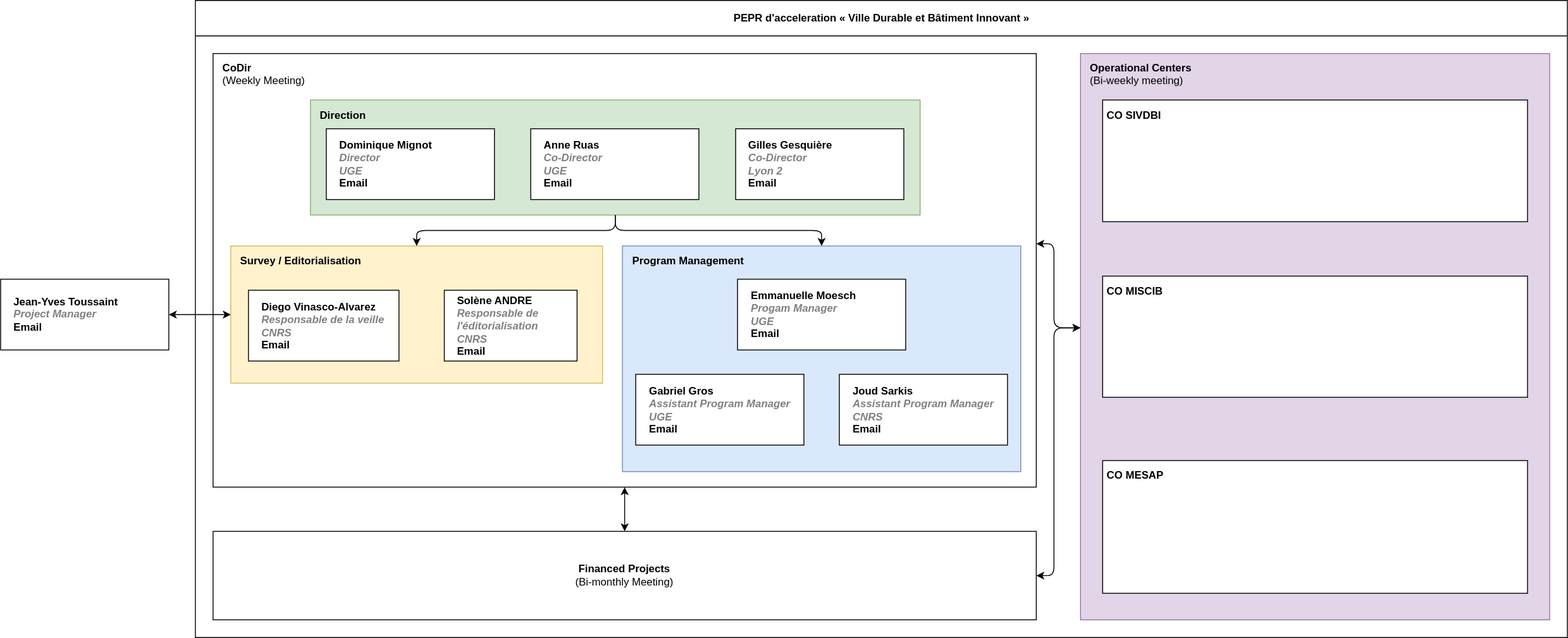
This is docs/organigramme.drawio.svg from VCityTeam/PEPR-VDBI, a draw.io export, as it was before one commit. Source tidied: cells renumbered, new cells last; positions are measured from the earlier drawing's top-left corner, leaving out a move shared by most shapes.
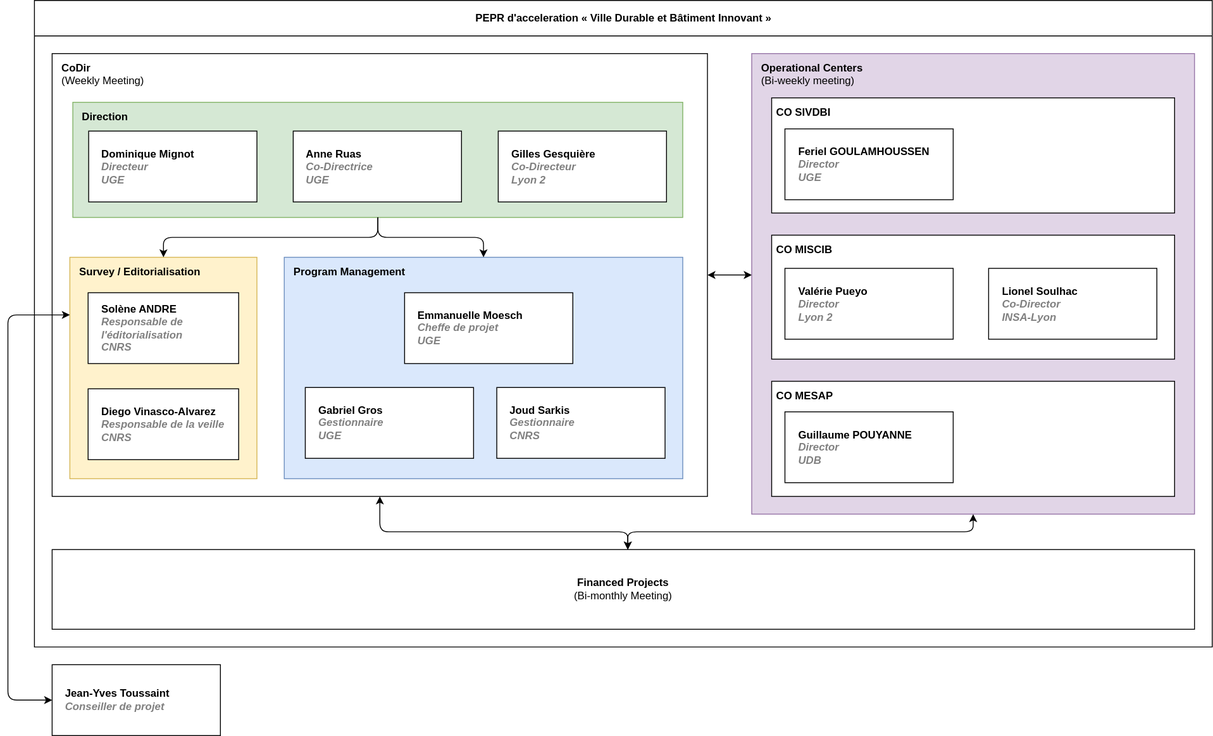
After the change.

Commit message:
update org chart

Change to the diagram source:
```diff
@@ -5,12 +5,12 @@
     <mxCell id="2" value="PEPR d'acceleration&amp;nbsp;« Ville Durable et Bâtiment Innovant »" style="swimlane;html=1;startSize=40;horizontal=1;containerType=tree;glass=0;" parent="1" vertex="1">
-      <mxGeometry x="220" width="1550" height="720" as="geometry" />
+      <mxGeometry x="250" width="1330" height="730" as="geometry" />
     </mxCell>
     <mxCell id="3" value="CoDir&lt;br&gt;&lt;span style=&quot;font-weight: normal;&quot;&gt;(Weekly Meeting)&lt;/span&gt;" style="whiteSpace=wrap;html=1;verticalAlign=top;align=left;spacing=5;fontStyle=1;spacingLeft=6;" parent="2" vertex="1">
-      <mxGeometry x="20" y="60" width="930" height="490" as="geometry" />
+      <mxGeometry x="20" y="60" width="740" height="500" as="geometry" />
     </mxCell>
     <mxCell id="4" value="&lt;b&gt;Direction&lt;/b&gt;" style="whiteSpace=wrap;html=1;spacing=5;spacingLeft=6;align=left;verticalAlign=top;fillColor=#d5e8d4;strokeColor=#82b366;" parent="2" vertex="1">
-      <mxGeometry x="130" y="112.5" width="688.8" height="130" as="geometry" />
+      <mxGeometry x="43.4" y="115" width="688.8" height="130" as="geometry" />
     </mxCell>
     <mxCell id="5" value="Operational Centers&lt;br&gt;&lt;span style=&quot;font-weight: normal;&quot;&gt;(Bi-weekly meeting)&lt;/span&gt;" style="whiteSpace=wrap;html=1;fontStyle=1;align=left;verticalAlign=top;spacing=5;spacingLeft=6;fillColor=#e1d5e7;strokeColor=#9673a6;" parent="2" vertex="1">
-      <mxGeometry x="1000" y="60" width="530" height="640" as="geometry" />
+      <mxGeometry x="810" y="60" width="500" height="520" as="geometry" />
     </mxCell>
@@ -19,4 +19,4 @@
         <Array as="points">
-          <mxPoint x="970" y="275" />
-          <mxPoint x="970" y="370" />
+          <mxPoint x="960" y="335" />
+          <mxPoint x="960" y="335" />
         </Array>
@@ -24,34 +24,31 @@
     </mxCell>
-    <mxCell id="7" style="edgeStyle=orthogonalEdgeStyle;rounded=1;html=1;startArrow=classic;startFill=1;" parent="2" edge="1" source="3" target="22">
-      <mxGeometry relative="1" as="geometry" />
-    </mxCell>
     <mxCell id="8" value="Survey / Editorialisation" style="whiteSpace=wrap;html=1;fillColor=#fff2cc;strokeColor=#d6b656;align=left;verticalAlign=top;fontStyle=1;spacing=5;spacingLeft=6;" parent="2" vertex="1">
-      <mxGeometry x="40" y="277.5" width="420" height="155" as="geometry" />
+      <mxGeometry x="40" y="290" width="211.2" height="250" as="geometry" />
     </mxCell>
     <mxCell id="9" value="Program Management" style="whiteSpace=wrap;html=1;fillColor=#dae8fc;strokeColor=#6c8ebf;align=left;verticalAlign=top;fontStyle=1;spacing=5;spacingLeft=6;" parent="2" vertex="1">
-      <mxGeometry x="482.5" y="277.5" width="450" height="255" as="geometry" />
+      <mxGeometry x="282.1" y="290" width="450" height="250" as="geometry" />
     </mxCell>
-    <object id="10" label="%name%&lt;br style=&quot;border-color: var(--border-color);&quot;&gt;&lt;i style=&quot;border-color: var(--border-color); color: gray;&quot;&gt;&lt;i style=&quot;border-color: var(--border-color);&quot;&gt;%position%&lt;/i&gt;&lt;br style=&quot;border-color: var(--border-color);&quot;&gt;%employer%&lt;/i&gt;&lt;br style=&quot;border-color: var(--border-color);&quot;&gt;&lt;a style=&quot;border-color: var(--border-color);&quot; href=&quot;mailto:%email%&quot;&gt;Email&lt;/a&gt;" email="diego.vinasco@proton.me" employer="CNRS" location="Lyon" name="Diego Vinasco-Alvarez" placeholders="1" position="Responsable de la veille">
+    <object id="10" label="%name%&lt;br style=&quot;border-color: var(--border-color);&quot;&gt;&lt;i style=&quot;border-color: var(--border-color); color: gray;&quot;&gt;&lt;i style=&quot;border-color: var(--border-color);&quot;&gt;%position%&lt;/i&gt;&lt;br style=&quot;border-color: var(--border-color);&quot;&gt;%employer%&lt;/i&gt;" email="diego.vinasco@proton.me" employer="CNRS" location="Lyon" name="Diego Vinasco-Alvarez" placeholders="1" position="Responsable de la veille">
       <mxCell style="label;whiteSpace=wrap;html=1;rounded=0;glass=0;spacingLeft=0;spacing=15;" parent="2" vertex="1">
-        <mxGeometry x="60" y="327.5" width="170" height="80" as="geometry" />
+        <mxGeometry x="60.6" y="438.5" width="170" height="80" as="geometry" />
       </mxCell>
     </object>
-    <object id="11" label="%name%&lt;br style=&quot;border-color: var(--border-color);&quot;&gt;&lt;i style=&quot;border-color: var(--border-color); color: gray;&quot;&gt;&lt;i style=&quot;border-color: var(--border-color);&quot;&gt;%position%&lt;/i&gt;&lt;br style=&quot;border-color: var(--border-color);&quot;&gt;%employer%&lt;/i&gt;&lt;br style=&quot;border-color: var(--border-color);&quot;&gt;&lt;a style=&quot;border-color: var(--border-color);&quot; href=&quot;mailto:%email%&quot;&gt;Email&lt;/a&gt;" email="andresolene1@gmail.com" employer="CNRS" location="Lyon" name="Solène ANDRE" placeholders="1" position="Responsable de l'éditorialisation">
+    <object id="11" label="%name%&lt;br style=&quot;border-color: var(--border-color);&quot;&gt;&lt;i style=&quot;border-color: var(--border-color); color: gray;&quot;&gt;&lt;i style=&quot;border-color: var(--border-color);&quot;&gt;%position%&lt;/i&gt;&lt;br style=&quot;border-color: var(--border-color);&quot;&gt;%employer%&lt;/i&gt;" email="andresolene1@gmail.com" employer="CNRS" location="Lyon" name="Solène ANDRE" placeholders="1" position="Responsable de l'éditorialisation">
       <mxCell style="label;whiteSpace=wrap;html=1;rounded=0;glass=0;spacingLeft=0;spacingBottom=0;spacingRight=0;spacing=15;" parent="2" vertex="1">
-        <mxGeometry x="281.2" y="327.5" width="150" height="80" as="geometry" />
+        <mxGeometry x="60.6" y="330" width="170" height="80" as="geometry" />
       </mxCell>
     </object>
-    <object id="12" label="%name%&lt;br style=&quot;border-color: var(--border-color);&quot;&gt;&lt;i style=&quot;border-color: var(--border-color); color: gray;&quot;&gt;&lt;i style=&quot;border-color: var(--border-color);&quot;&gt;%position%&lt;/i&gt;&lt;br style=&quot;border-color: var(--border-color);&quot;&gt;%employer%&lt;/i&gt;&lt;br style=&quot;border-color: var(--border-color);&quot;&gt;&lt;a style=&quot;border-color: var(--border-color);&quot; href=&quot;mailto:%email%&quot;&gt;Email&lt;/a&gt;" email="Gilles.Gesquiere@univ-lyon2.fr" employer="Lyon 2" location="Lyon" name="Gilles Gesquière" placeholders="1" position="Co-Director">
+    <object id="12" label="%name%&lt;br style=&quot;border-color: var(--border-color);&quot;&gt;&lt;i style=&quot;border-color: var(--border-color); color: gray;&quot;&gt;&lt;i style=&quot;border-color: var(--border-color);&quot;&gt;%position%&lt;/i&gt;&lt;br style=&quot;border-color: var(--border-color);&quot;&gt;%employer%&lt;/i&gt;" email="Gilles.Gesquiere@univ-lyon2.fr" employer="Lyon 2" location="Lyon" name="Gilles Gesquière" placeholders="1" position="Co-Directeur">
       <mxCell style="label;whiteSpace=wrap;html=1;rounded=0;glass=0;spacingLeft=0;spacing=15;" parent="2" vertex="1">
-        <mxGeometry x="610.4" y="145" width="190" height="80" as="geometry" />
+        <mxGeometry x="523.8" y="147.5" width="190" height="80" as="geometry" />
       </mxCell>
     </object>
-    <object id="13" label="%name%&lt;br&gt;&lt;i style=&quot;border-color: var(--border-color); color: gray;&quot;&gt;&lt;i style=&quot;border-color: var(--border-color);&quot;&gt;%position%&lt;/i&gt;&lt;br&gt;%employer%&lt;/i&gt;&lt;br style=&quot;border-color: var(--border-color);&quot;&gt;&lt;a style=&quot;border-color: var(--border-color);&quot; href=&quot;mailto:%email%&quot;&gt;Email&lt;/a&gt;" email="" employer="UGE" location="Paris" name="Anne Ruas" placeholders="1" position="Co-Director">
+    <object id="13" label="%name%&lt;br style=&quot;border-color: var(--border-color);&quot;&gt;&lt;i style=&quot;border-color: var(--border-color); color: gray;&quot;&gt;&lt;i style=&quot;border-color: var(--border-color);&quot;&gt;%position%&lt;/i&gt;&lt;br style=&quot;border-color: var(--border-color);&quot;&gt;%employer%&lt;/i&gt;" email="" employer="UGE" location="Paris" name="Anne Ruas" placeholders="1" position="Co-Directrice">
       <mxCell style="label;whiteSpace=wrap;html=1;rounded=0;glass=0;spacingLeft=0;spacing=15;" parent="2" vertex="1">
-        <mxGeometry x="378.9" y="145" width="190" height="80" as="geometry" />
+        <mxGeometry x="292.2" y="147.5" width="190" height="80" as="geometry" />
       </mxCell>
     </object>
-    <object id="14" label="%name%&lt;br style=&quot;border-color: var(--border-color);&quot;&gt;&lt;i style=&quot;border-color: var(--border-color); color: gray;&quot;&gt;&lt;i style=&quot;border-color: var(--border-color);&quot;&gt;%position%&lt;/i&gt;&lt;br style=&quot;border-color: var(--border-color);&quot;&gt;%employer%&lt;/i&gt;&lt;br style=&quot;border-color: var(--border-color);&quot;&gt;&lt;a style=&quot;border-color: var(--border-color);&quot; href=&quot;mailto:%email%&quot;&gt;Email&lt;/a&gt;" email="Emmanuelle.Moesch@univ-eiffel.fr" employer="UGE" location="Paris" name="Emmanuelle Moesch" placeholders="1" position="Progam Manager">
+    <object id="14" label="%name%&lt;br style=&quot;border-color: var(--border-color);&quot;&gt;&lt;i style=&quot;border-color: var(--border-color); color: gray;&quot;&gt;&lt;i style=&quot;border-color: var(--border-color);&quot;&gt;%position%&lt;/i&gt;&lt;br style=&quot;border-color: var(--border-color);&quot;&gt;%employer%&lt;/i&gt;" email="Emmanuelle.Moesch@univ-eiffel.fr" employer="UGE" location="Paris" name="Emmanuelle Moesch" placeholders="1" position="Cheffe de projet">
       <mxCell style="label;whiteSpace=wrap;html=1;rounded=0;glass=0;spacingLeft=0;spacing=15;" parent="2" vertex="1">
-        <mxGeometry x="612.5" y="315" width="190" height="80" as="geometry" />
+        <mxGeometry x="418" y="330" width="190" height="80" as="geometry" />
       </mxCell>
@@ -61,10 +58,10 @@
     </mxCell>
-    <object id="16" label="%name%&lt;br style=&quot;border-color: var(--border-color);&quot;&gt;&lt;i style=&quot;border-color: var(--border-color); color: gray;&quot;&gt;&lt;i style=&quot;border-color: var(--border-color);&quot;&gt;%position%&lt;/i&gt;&lt;br style=&quot;border-color: var(--border-color);&quot;&gt;%employer%&lt;/i&gt;&lt;br style=&quot;border-color: var(--border-color);&quot;&gt;&lt;a style=&quot;border-color: var(--border-color);&quot; href=&quot;mailto:%email%&quot;&gt;Email&lt;/a&gt;" email="" employer="UGE" location="Lyon" name="Gabriel Gros" placeholders="1" position="Assistant Program Manager">
+    <object id="16" label="%name%&lt;br style=&quot;border-color: var(--border-color);&quot;&gt;&lt;i style=&quot;border-color: var(--border-color); color: gray;&quot;&gt;&lt;i style=&quot;border-color: var(--border-color);&quot;&gt;%position%&lt;/i&gt;&lt;br style=&quot;border-color: var(--border-color);&quot;&gt;%employer%&lt;/i&gt;" email="" employer="UGE" location="Lyon" name="Gabriel Gros" placeholders="1" position="Gestionnaire">
       <mxCell style="label;whiteSpace=wrap;html=1;rounded=0;glass=0;spacingLeft=0;spacing=15;" parent="2" vertex="1">
-        <mxGeometry x="497.5" y="422.5" width="190" height="80" as="geometry" />
+        <mxGeometry x="305.9" y="437" width="190" height="80" as="geometry" />
       </mxCell>
     </object>
-    <object id="17" label="%name%&lt;br style=&quot;border-color: var(--border-color);&quot;&gt;&lt;i style=&quot;border-color: var(--border-color); color: gray;&quot;&gt;&lt;i style=&quot;border-color: var(--border-color);&quot;&gt;%position%&lt;/i&gt;&lt;br style=&quot;border-color: var(--border-color);&quot;&gt;%employer%&lt;/i&gt;&lt;br style=&quot;border-color: var(--border-color);&quot;&gt;&lt;a style=&quot;border-color: var(--border-color);&quot; href=&quot;mailto:%email%&quot;&gt;Email&lt;/a&gt;" email="" employer="CNRS" location="Paris - CNRS" name="Joud Sarkis" placeholders="1" position="Assistant Program Manager">
+    <object id="17" label="%name%&lt;br style=&quot;border-color: var(--border-color);&quot;&gt;&lt;i style=&quot;border-color: var(--border-color); color: gray;&quot;&gt;&lt;i style=&quot;border-color: var(--border-color);&quot;&gt;%position%&lt;/i&gt;&lt;br style=&quot;border-color: var(--border-color);&quot;&gt;%employer%&lt;/i&gt;" email="" employer="CNRS" location="Paris - CNRS" name="Joud Sarkis" placeholders="1" position="Gestionnaire">
       <mxCell style="label;whiteSpace=wrap;html=1;rounded=0;glass=0;spacingLeft=0;spacing=15;" parent="2" vertex="1">
-        <mxGeometry x="727.5" y="422.5" width="190" height="80" as="geometry" />
+        <mxGeometry x="522.1" y="437" width="190" height="80" as="geometry" />
       </mxCell>
@@ -72,21 +69,10 @@
     <mxCell id="18" value="&lt;b&gt;CO SIVDBI&lt;/b&gt;" style="whiteSpace=wrap;html=1;align=left;verticalAlign=top;spacing=5;" parent="2" vertex="1">
-      <mxGeometry x="1025" y="112.5" width="480" height="137.5" as="geometry" />
+      <mxGeometry x="832.5" y="110" width="455" height="130" as="geometry" />
     </mxCell>
     <mxCell id="19" value="&lt;b&gt;CO MISCIB&lt;/b&gt;" style="whiteSpace=wrap;html=1;align=left;verticalAlign=top;spacing=5;" parent="2" vertex="1">
-      <mxGeometry x="1025" y="311.5" width="480" height="137" as="geometry" />
+      <mxGeometry x="832.5" y="265" width="455" height="140" as="geometry" />
     </mxCell>
     <mxCell id="20" value="&lt;b&gt;CO MESAP&lt;/b&gt;" style="whiteSpace=wrap;html=1;align=left;verticalAlign=top;spacing=5;" parent="2" vertex="1">
-      <mxGeometry x="1025" y="520" width="480" height="150" as="geometry" />
+      <mxGeometry x="832.5" y="430" width="455" height="130" as="geometry" />
     </mxCell>
-    <mxCell id="21" style="edgeStyle=orthogonalEdgeStyle;rounded=1;html=1;startArrow=classic;startFill=1;" parent="2" edge="1" source="22" target="5">
-      <mxGeometry relative="1" as="geometry">
-        <Array as="points">
-          <mxPoint x="970" y="650" />
-          <mxPoint x="970" y="370" />
-        </Array>
-      </mxGeometry>
-    </mxCell>
-    <mxCell id="22" value="&lt;b&gt;Financed Projects&lt;/b&gt;&lt;br&gt;&lt;div style=&quot;text-align: left;&quot;&gt;&lt;span style=&quot;background-color: initial;&quot;&gt;(Bi-monthly Meeting)&lt;/span&gt;&lt;/div&gt;" style="whiteSpace=wrap;html=1;" parent="2" vertex="1">
-      <mxGeometry x="20" y="600" width="930" height="100" as="geometry" />
-    </mxCell>
     <mxCell id="23" style="edgeStyle=orthogonalEdgeStyle;html=1;rounded=1;" parent="2" edge="1" source="4" target="8">
@@ -94,13 +80,57 @@
     </mxCell>
-    <object id="24" label="%name%&lt;br style=&quot;border-color: var(--border-color);&quot;&gt;&lt;i style=&quot;border-color: var(--border-color); color: gray;&quot;&gt;&lt;i style=&quot;border-color: var(--border-color);&quot;&gt;%position%&lt;/i&gt;&lt;br style=&quot;border-color: var(--border-color);&quot;&gt;%employer%&lt;/i&gt;&lt;br style=&quot;border-color: var(--border-color);&quot;&gt;&lt;a style=&quot;border-color: var(--border-color);&quot; href=&quot;mailto:%email%&quot;&gt;Email&lt;/a&gt;" email="dominique.mignot@univ-eiffel.fr" employer="UGE" location="Paris" name="Dominique Mignot" placeholders="1" position="Director">
+    <object id="24" label="%name%&lt;br style=&quot;border-color: var(--border-color);&quot;&gt;&lt;i style=&quot;border-color: var(--border-color); color: gray;&quot;&gt;&lt;i style=&quot;border-color: var(--border-color);&quot;&gt;%position%&lt;/i&gt;&lt;br style=&quot;border-color: var(--border-color);&quot;&gt;%employer%&lt;/i&gt;" email="dominique.mignot@univ-eiffel.fr" employer="UGE" location="Paris" name="Dominique Mignot" placeholders="1" position="Directeur">
       <mxCell style="label;whiteSpace=wrap;html=1;rounded=0;glass=0;spacingLeft=0;spacing=15;" parent="2" vertex="1">
-        <mxGeometry x="147.9" y="145" width="190" height="80" as="geometry" />
+        <mxGeometry x="61.2" y="147.5" width="190" height="80" as="geometry" />
       </mxCell>
     </object>
+    <object id="27" label="%name%&lt;br style=&quot;border-color: var(--border-color);&quot;&gt;&lt;i style=&quot;border-color: var(--border-color); color: gray;&quot;&gt;&lt;i style=&quot;border-color: var(--border-color);&quot;&gt;%position%&lt;/i&gt;&lt;br style=&quot;border-color: var(--border-color);&quot;&gt;%employer%&lt;/i&gt;" email="feriel.goulamhoussen@univ-eiffel.fr" employer="UGE" location="Paris" name="Feriel GOULAMHOUSSEN" placeholders="1" position="Director">
+      <mxCell style="label;whiteSpace=wrap;html=1;rounded=0;glass=0;spacingLeft=0;spacing=15;" parent="2" vertex="1">
+        <mxGeometry x="847.5" y="145" width="190" height="80" as="geometry" />
+      </mxCell>
+    </object>
+    <object id="28" label="%name%&lt;br style=&quot;border-color: var(--border-color);&quot;&gt;&lt;i style=&quot;border-color: var(--border-color); color: gray;&quot;&gt;&lt;i style=&quot;border-color: var(--border-color);&quot;&gt;%position%&lt;/i&gt;&lt;br style=&quot;border-color: var(--border-color);&quot;&gt;%employer%&lt;/i&gt;" employer="Lyon 2" location="Lyon" name="Valérie Pueyo" placeholders="1" position="Director">
+      <mxCell style="label;whiteSpace=wrap;html=1;rounded=0;glass=0;spacingLeft=0;spacing=15;" parent="2" vertex="1">
+        <mxGeometry x="847.5" y="302.5" width="190" height="80" as="geometry" />
+      </mxCell>
+    </object>
+    <object id="29" label="%name%&lt;br style=&quot;border-color: var(--border-color);&quot;&gt;&lt;i style=&quot;border-color: var(--border-color); color: gray;&quot;&gt;&lt;i style=&quot;border-color: var(--border-color);&quot;&gt;%position%&lt;/i&gt;&lt;br style=&quot;border-color: var(--border-color);&quot;&gt;%employer%&lt;/i&gt;" employer="INSA-Lyon" location="Villeurbanne" name="Lionel Soulhac" placeholders="1" position="Co-Director">
+      <mxCell style="label;whiteSpace=wrap;html=1;rounded=0;glass=0;spacingLeft=0;spacing=15;" parent="2" vertex="1">
+        <mxGeometry x="1077.5" y="302.5" width="190" height="80" as="geometry" />
+      </mxCell>
+    </object>
+    <object id="30" label="%name%&lt;br style=&quot;border-color: var(--border-color);&quot;&gt;&lt;i style=&quot;border-color: var(--border-color); color: gray;&quot;&gt;&lt;i style=&quot;border-color: var(--border-color);&quot;&gt;%position%&lt;/i&gt;&lt;br style=&quot;border-color: var(--border-color);&quot;&gt;%employer%&lt;/i&gt;" employer="UDB" location="Bordeaux" name="Guillaume POUYANNE" placeholders="1" position="Director">
+      <mxCell style="label;whiteSpace=wrap;html=1;rounded=0;glass=0;spacingLeft=0;spacing=15;" parent="2" vertex="1">
+        <mxGeometry x="847.5" y="464.5" width="190" height="80" as="geometry" />
+      </mxCell>
+    </object>
+    <mxCell id="22" value="&lt;b&gt;Financed Projects&lt;/b&gt;&lt;br&gt;&lt;div style=&quot;text-align: left;&quot;&gt;&lt;span style=&quot;background-color: initial;&quot;&gt;(Bi-monthly Meeting)&lt;/span&gt;&lt;/div&gt;" style="whiteSpace=wrap;html=1;" parent="2" vertex="1">
+      <mxGeometry x="20" y="620" width="1290" height="90" as="geometry" />
+    </mxCell>
+    <mxCell id="7" style="edgeStyle=orthogonalEdgeStyle;rounded=1;html=1;startArrow=classic;startFill=1;" parent="2" edge="1" source="3" target="22">
+      <mxGeometry relative="1" as="geometry">
+        <Array as="points">
+          <mxPoint x="390" y="600" />
+          <mxPoint x="670" y="600" />
+        </Array>
+      </mxGeometry>
+    </mxCell>
+    <mxCell id="21" style="edgeStyle=orthogonalEdgeStyle;rounded=1;html=1;startArrow=classic;startFill=1;" parent="2" edge="1" source="22" target="5">
+      <mxGeometry relative="1" as="geometry">
+        <Array as="points">
+          <mxPoint x="670" y="600" />
+          <mxPoint x="1060" y="600" />
+        </Array>
+      </mxGeometry>
+    </mxCell>
     <mxCell id="25" style="edgeStyle=orthogonalEdgeStyle;html=1;startArrow=classic;startFill=1;" parent="1" edge="1" source="26" target="8">
-      <mxGeometry relative="1" as="geometry" />
+      <mxGeometry relative="1" as="geometry">
+        <Array as="points">
+          <mxPoint x="220" y="790" />
+          <mxPoint x="220" y="355" />
+        </Array>
+      </mxGeometry>
     </mxCell>
-    <object id="26" label="%name%&lt;br style=&quot;border-color: var(--border-color);&quot;&gt;&lt;i style=&quot;border-color: var(--border-color); color: gray;&quot;&gt;&lt;i style=&quot;border-color: var(--border-color);&quot;&gt;%position%&lt;/i&gt;&lt;/i&gt;&lt;br style=&quot;border-color: var(--border-color);&quot;&gt;&lt;a style=&quot;border-color: var(--border-color);&quot; href=&quot;mailto:%email%&quot;&gt;Email&lt;/a&gt;" email="jean-yves.toussaint@insa-lyon.fr" location="Lyon" name="Jean-Yves Toussaint" placeholders="1" position="Project Manager">
+    <object id="26" label="%name%&lt;br style=&quot;border-color: var(--border-color);&quot;&gt;&lt;i style=&quot;border-color: var(--border-color); color: gray;&quot;&gt;&lt;i style=&quot;border-color: var(--border-color);&quot;&gt;%position%&lt;/i&gt;&lt;br&gt;&lt;/i&gt;" email="jean-yves.toussaint@insa-lyon.fr" location="Lyon" name="Jean-Yves Toussaint" placeholders="1" position="Conseiller de projet">
       <mxCell style="label;whiteSpace=wrap;html=1;rounded=0;glass=0;spacingLeft=0;spacing=15;" parent="1" vertex="1">
-        <mxGeometry y="315" width="190" height="80" as="geometry" />
+        <mxGeometry x="270" y="750" width="190" height="80" as="geometry" />
       </mxCell>
```
